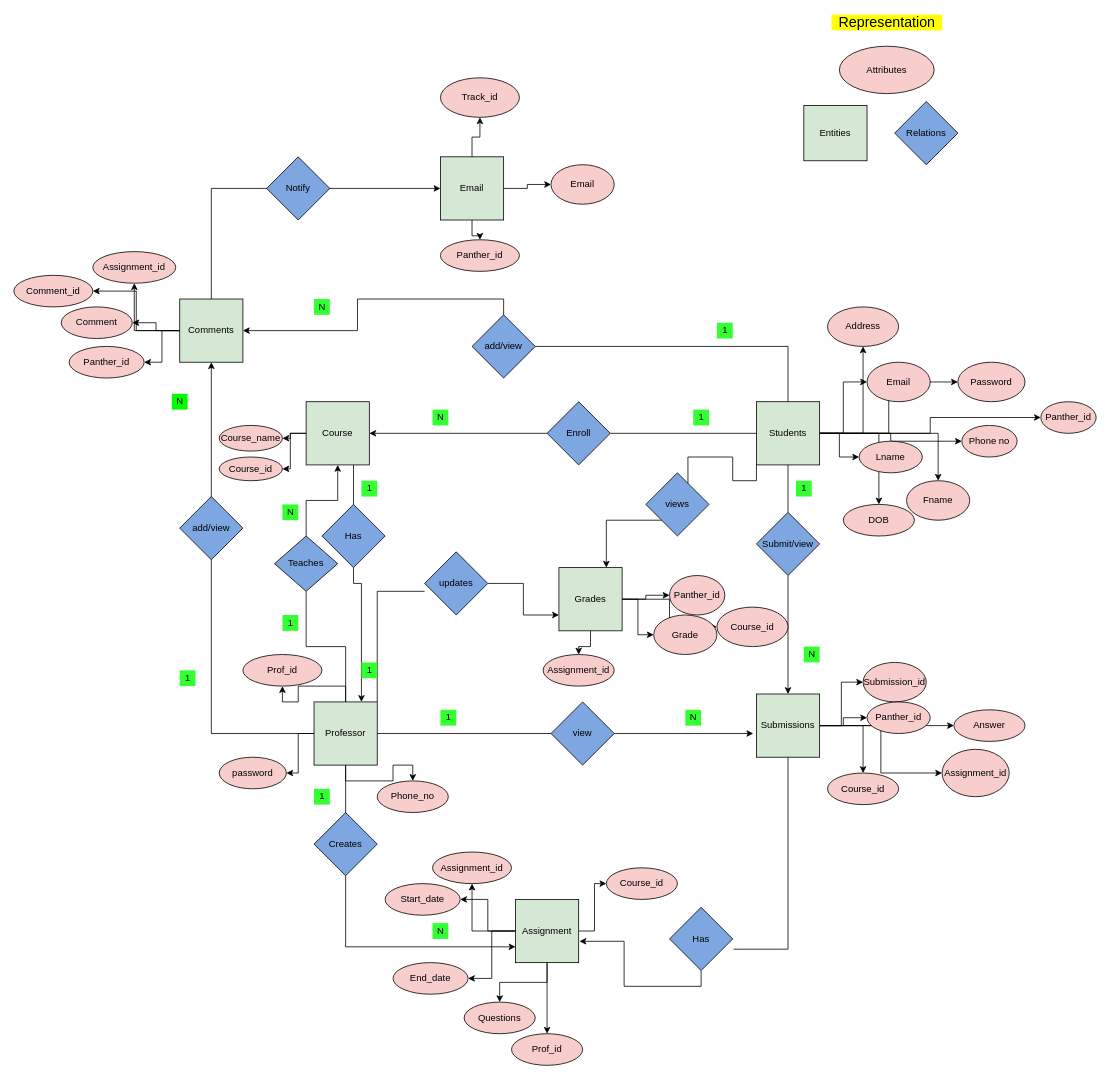
Earlier version of the draw.io diagram Conceptual Diagram.drawio (Nimma-shravan-kumar-reddy/Database-Management). Source tidied: cells renumbered, new cells numbered last; positions are measured from the earlier drawing's top-left corner, leaving out a move shared by most shapes. Both pictures are drawn from the tidied source at 79%, with x=0, y=0 at pixel (13, 14).
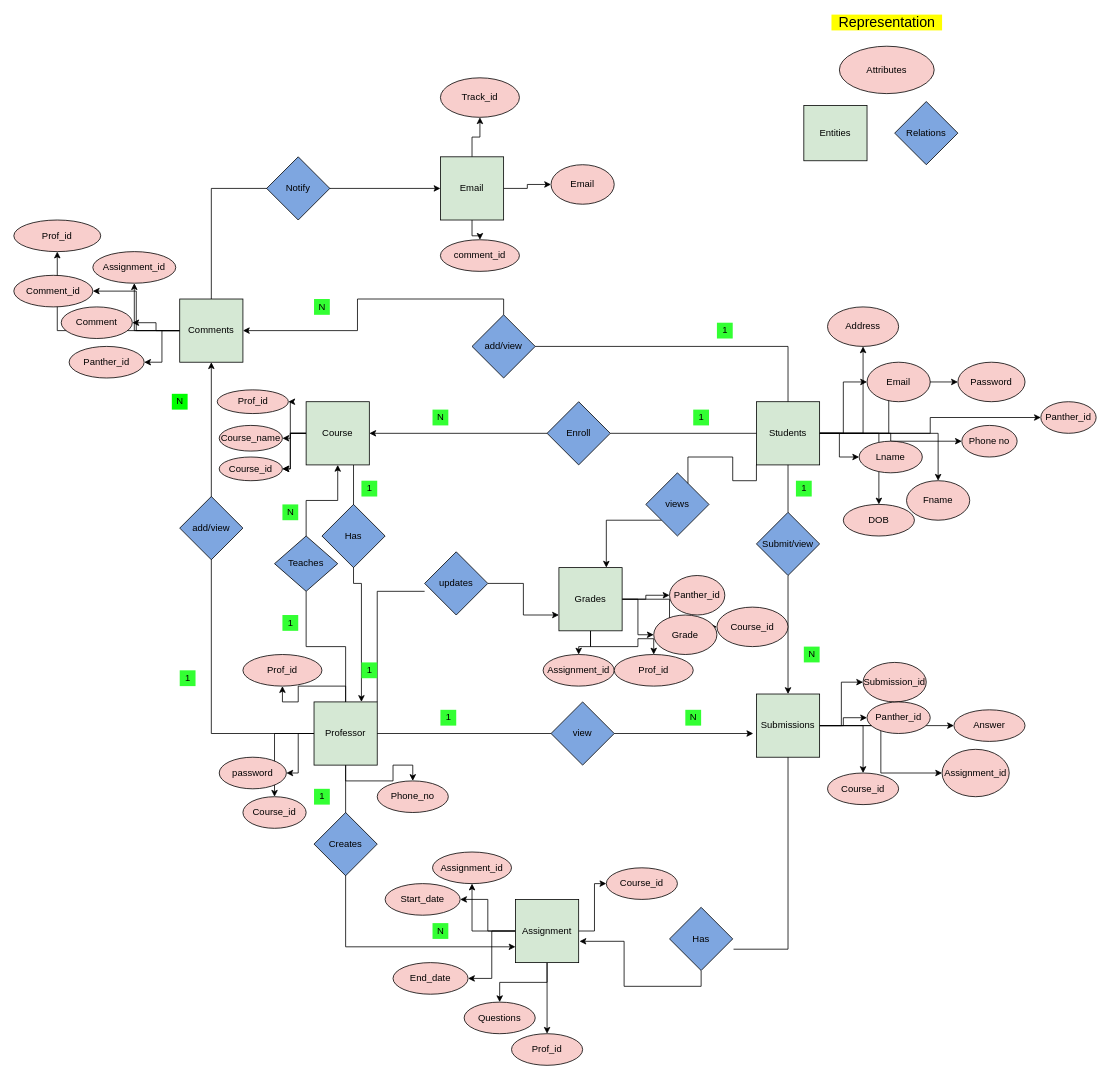
After the change.

The change refers to these unchanged cells:
```xml
<mxCell id="8" value="Professor" style="whiteSpace=wrap;html=1;fillColor=#D5E8D4;" parent="1" vertex="1">
  <mxGeometry x="380" y="870" width="80" height="80" as="geometry" />
</mxCell>
<mxCell id="12" value="Course" style="whiteSpace=wrap;html=1;fillColor=#D5E8D4;" parent="1" vertex="1">
  <mxGeometry x="370" y="490" width="80" height="80" as="geometry" />
</mxCell>
<mxCell id="56" value="Comments" style="whiteSpace=wrap;html=1;fillColor=#D5E8D4;" parent="1" vertex="1">
  <mxGeometry x="210" y="360" width="80" height="80" as="geometry" />
</mxCell>
<mxCell id="66" value="Grades" style="whiteSpace=wrap;html=1;fillColor=#D5E8D4;" parent="1" vertex="1">
  <mxGeometry x="690" y="700" width="80" height="80" as="geometry" />
</mxCell>
<mxCell id="87" value="Course_id" style="ellipse;whiteSpace=wrap;html=1;fillColor=#F8CECC;" parent="1" vertex="1">
  <mxGeometry x="260" y="560" width="80" height="30" as="geometry" />
</mxCell>
```

What changed in the source:
```diff
@@
+    <mxCell id="132" style="edgeStyle=orthogonalEdgeStyle;rounded=0;jettySize=auto;html=1;" parent="1" edge="1" source="8" target="139">
+      <mxGeometry relative="1" as="geometry" />
+    </mxCell>
@@
+    <mxCell id="133" style="edgeStyle=orthogonalEdgeStyle;rounded=0;jettySize=auto;html=1;" parent="1" edge="1" source="12" target="87">
+      <mxGeometry relative="1" as="geometry" />
+    </mxCell>
+    <mxCell id="134" style="edgeStyle=orthogonalEdgeStyle;rounded=0;jettySize=auto;html=1;" parent="1" edge="1" source="12" target="138">
+      <mxGeometry relative="1" as="geometry" />
+    </mxCell>
@@
+    <mxCell id="135" style="edgeStyle=orthogonalEdgeStyle;rounded=0;jettySize=auto;html=1;" parent="1" edge="1" source="56" target="137">
+      <mxGeometry relative="1" as="geometry" />
+    </mxCell>
@@
+    <mxCell id="136" style="edgeStyle=orthogonalEdgeStyle;rounded=0;jettySize=auto;html=1;" parent="1" edge="1" source="66" target="140">
+      <mxGeometry relative="1" as="geometry" />
+    </mxCell>
@@
-    <mxCell id="131" value="Panther_id" style="ellipse;whiteSpace=wrap;html=1;fillColor=#F8CECC;" parent="1" vertex="1">
+    <mxCell id="131" value="comment_id" style="ellipse;whiteSpace=wrap;html=1;fillColor=#F8CECC;" parent="1" vertex="1">
       <mxGeometry x="540" y="285" width="100" height="40" as="geometry" />
     </mxCell>
+    <mxCell id="137" value="Prof_id" style="ellipse;whiteSpace=wrap;html=1;fillColor=#F8CECC;" parent="1" vertex="1">
+      <mxGeometry y="260" width="110" height="40" as="geometry" />
+    </mxCell>
+    <mxCell id="138" value="Prof_id" style="ellipse;whiteSpace=wrap;html=1;fillColor=#F8CECC;" parent="1" vertex="1">
+      <mxGeometry x="257.5" y="475" width="90" height="30" as="geometry" />
+    </mxCell>
+    <mxCell id="139" value="Course_id" style="ellipse;whiteSpace=wrap;html=1;fillColor=#F8CECC;" parent="1" vertex="1">
+      <mxGeometry x="290" y="990" width="80" height="40" as="geometry" />
+    </mxCell>
+    <mxCell id="140" value="Prof_id" style="ellipse;whiteSpace=wrap;html=1;fillColor=#F8CECC;" parent="1" vertex="1">
+      <mxGeometry x="760" y="810" width="100" height="40" as="geometry" />
+    </mxCell>
```
